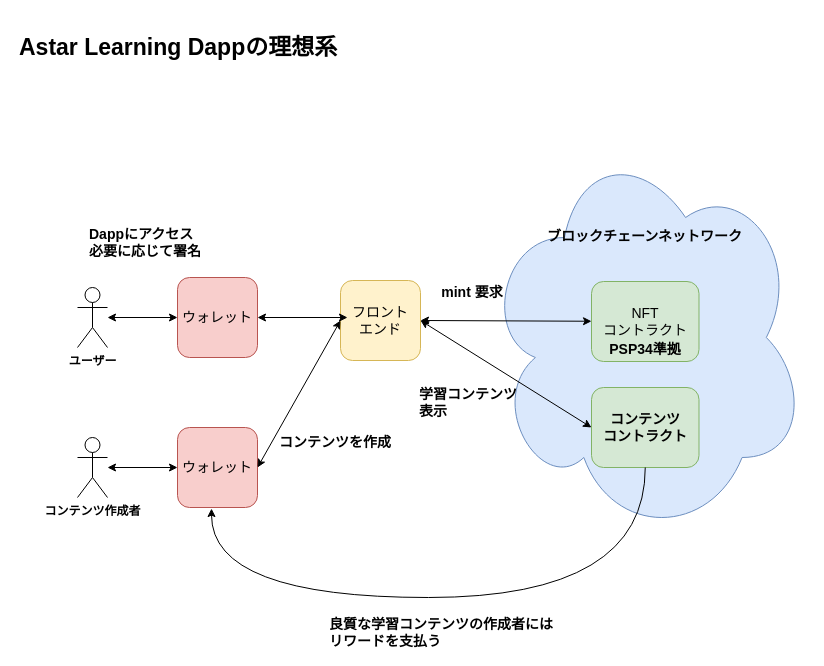
This is page "理想" (2 of 2) of docs/名称未設定ファイル.drawio from mashharuki/AstarLearning, a draw.io file, before an edit. Source tidied: cells renumbered, new cells numbered last; positions are measured from the earlier drawing's top-left corner, leaving out a move shared by most shapes. Both pictures are drawn from the tidied source at 100%, with x=0, y=0 at pixel (17, 17).
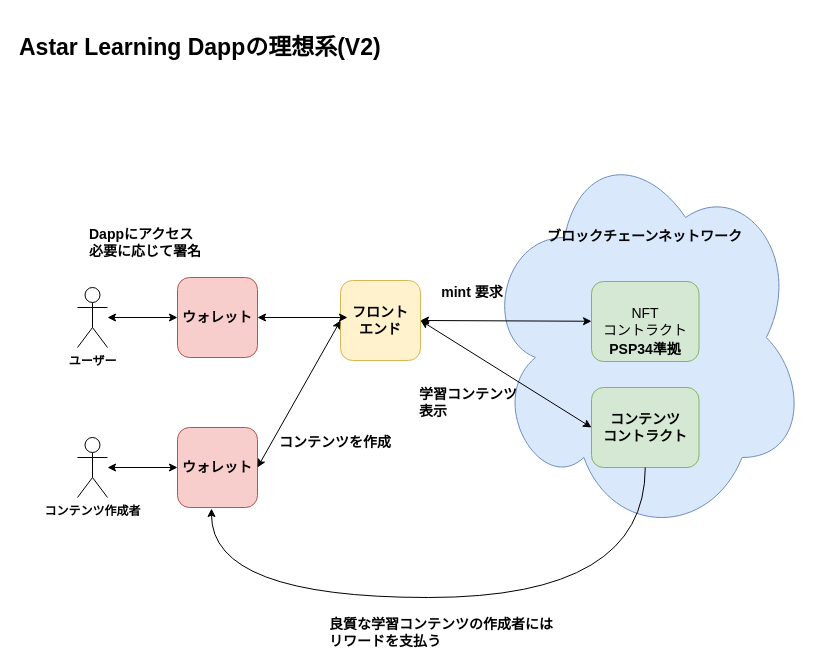
Above is the later version.

Commit message (it also covers changes not shown here):
名称未設定ファイル.drawio を更新します

Diff of the diagram source:
```diff
@@
-    <mxCell id="4" value="ウォレット" style="rounded=1;whiteSpace=wrap;html=1;fontSize=14;fillColor=#f8cecc;strokeColor=#b85450;" parent="1" vertex="1">
+    <mxCell id="4" value="ウォレット" style="rounded=1;whiteSpace=wrap;html=1;fontSize=14;fillColor=#f8cecc;strokeColor=#b85450;fontStyle=1;" parent="1" vertex="1">
       <mxGeometry x="160" y="260" width="80" height="80" as="geometry" />
     </mxCell>
-    <mxCell id="5" value="フロント&lt;br&gt;エンド" style="rounded=1;whiteSpace=wrap;html=1;fontSize=14;fillColor=#fff2cc;strokeColor=#d6b656;" parent="1" vertex="1">
+    <mxCell id="5" value="フロント&lt;br&gt;エンド" style="rounded=1;whiteSpace=wrap;html=1;fontSize=14;fillColor=#fff2cc;strokeColor=#d6b656;fontStyle=1;" parent="1" vertex="1">
       <mxGeometry x="323" y="263" width="80" height="80" as="geometry" />
     </mxCell>
@@
-    <mxCell id="12" value="Astar Learning Dappの理想系" style="text;html=1;strokeColor=none;fillColor=none;align=left;verticalAlign=middle;whiteSpace=wrap;rounded=0;fontSize=23;fontStyle=1;" parent="1" vertex="1">
-      <mxGeometry width="330" height="60" as="geometry" />
+    <mxCell id="12" value="Astar Learning Dappの理想系(V2)" style="text;html=1;strokeColor=none;fillColor=none;align=left;verticalAlign=middle;whiteSpace=wrap;rounded=0;fontSize=23;fontStyle=1;" parent="1" vertex="1">
+      <mxGeometry width="430" height="60" as="geometry" />
     </mxCell>
@@
-    <mxCell id="17" value="ウォレット" style="rounded=1;whiteSpace=wrap;html=1;fontSize=14;fillColor=#f8cecc;strokeColor=#b85450;" parent="1" vertex="1">
+    <mxCell id="17" value="ウォレット" style="rounded=1;whiteSpace=wrap;html=1;fontSize=14;fillColor=#f8cecc;strokeColor=#b85450;fontStyle=1;" parent="1" vertex="1">
       <mxGeometry x="160" y="410" width="80" height="80" as="geometry" />
     </mxCell>
```
